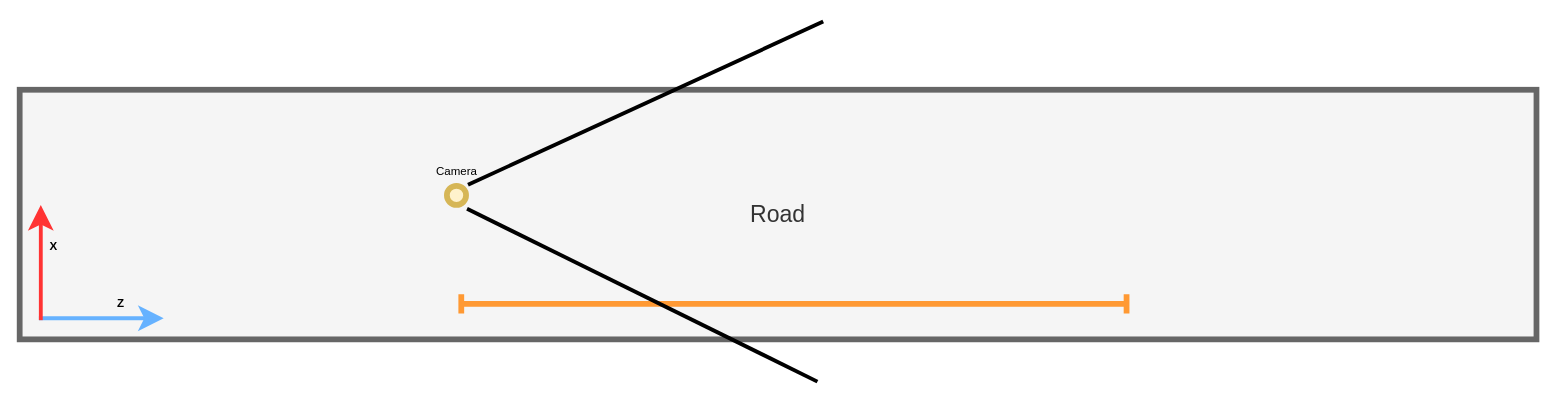
This is generation.drawio from JingchengYang4/DAIS, a draw.io file, before an edit. Source tidied: cells renumbered, new cells numbered last; positions are measured from the earlier drawing's top-left corner, leaving out a move shared by most shapes. Both pictures are drawn from the tidied source at 96%, with x=0, y=0 at pixel (19, -30).
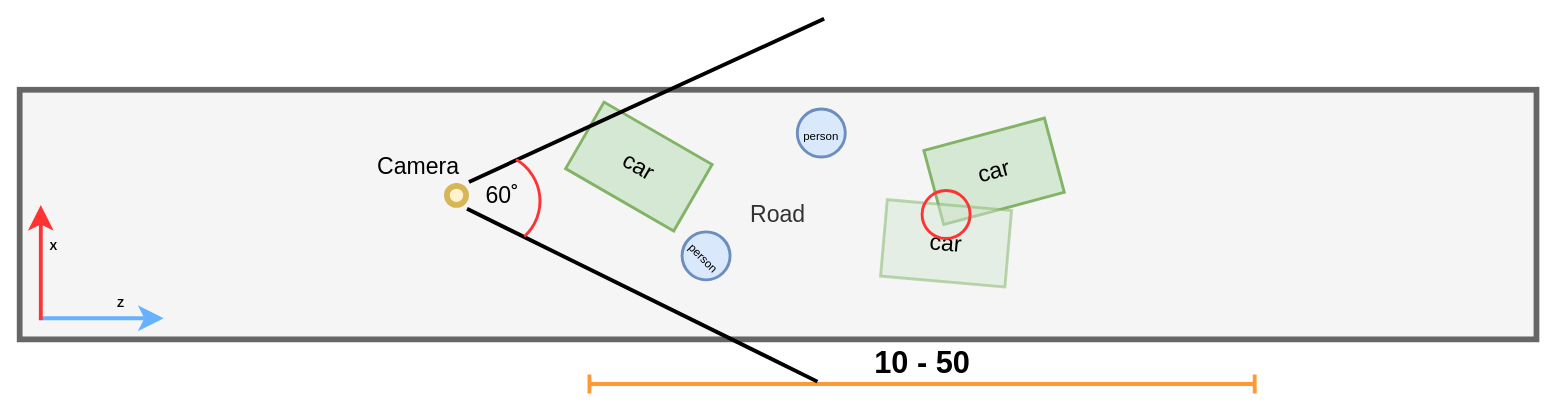
After the change.

Change to the diagram source:
```diff
@@
-    <mxCell id="7" style="shape=crossbar;whiteSpace=wrap;html=1;rounded=1;direction=south;strokeColor=#FF9933;strokeWidth=6;fontSize=12;fontColor=#000000;rotation=90;" parent="1" vertex="1">
-      <mxGeometry x="796.5" y="0.5" width="20" height="693" as="geometry" />
+    <mxCell id="7" style="shape=crossbar;whiteSpace=wrap;html=1;rounded=1;direction=south;strokeColor=#FF9933;strokeWidth=4;fontSize=12;fontColor=#000000;rotation=90;" parent="1" vertex="1">
+      <mxGeometry x="930" y="84" width="20" height="693" as="geometry" />
     </mxCell>
@@
-    <mxCell id="9" value="Camera" style="text;html=1;align=center;verticalAlign=middle;strokeColor=none;fillColor=none;fontSize=12;fontColor=#000000;" parent="1" vertex="1">
-      <mxGeometry x="420" y="194" width="70" height="30" as="geometry" />
+    <mxCell id="9" value="&lt;font style=&quot;font-size: 24px;&quot;&gt;Camera&lt;/font&gt;" style="text;html=1;align=center;verticalAlign=middle;strokeColor=none;fillColor=none;fontSize=12;fontColor=#000000;" parent="1" vertex="1">
+      <mxGeometry x="360" y="184" width="110" height="40" as="geometry" />
     </mxCell>
+    <mxCell id="11" style="endArrow=none;html=1;rounded=0;strokeColor=#000000;strokeWidth=4;fontSize=12;fontColor=#000000;startSize=4;endSize=14;targetPerimeterSpacing=4;elbow=vertical;jumpSize=6;fillColor=#f8cecc;" parent="1" edge="1">
+      <mxGeometry relative="1" as="geometry">
+        <mxPoint x="466" y="248" as="sourcePoint" />
+        <mxPoint x="831" y="428" as="targetPoint" />
+      </mxGeometry>
+    </mxCell>
+    <mxCell id="12" value="car" style="rounded=0;whiteSpace=wrap;html=1;strokeColor=#82b366;strokeWidth=3;fontSize=24;fillColor=#d5e8d4;rotation=-15;" parent="1" vertex="1">
+      <mxGeometry x="950" y="169" width="130" height="80" as="geometry" />
+    </mxCell>
+    <mxCell id="13" value="car" style="rounded=0;whiteSpace=wrap;html=1;strokeColor=#82b366;strokeWidth=3;fontSize=24;fillColor=#d5e8d4;rotation=30;" parent="1" vertex="1">
+      <mxGeometry x="580" y="164" width="130" height="80" as="geometry" />
+    </mxCell>
     <mxCell id="10" style="endArrow=none;html=1;rounded=0;strokeColor=#000000;strokeWidth=4;fontSize=12;fontColor=#000000;startSize=4;endSize=14;targetPerimeterSpacing=4;elbow=vertical;jumpSize=6;fillColor=#f8cecc;" parent="1" edge="1">
       <mxGeometry relative="1" as="geometry">
-        <mxPoint x="467" y="223" as="sourcePoint" />
-        <mxPoint x="837" y="53" as="targetPoint" />
+        <mxPoint x="468" y="220" as="sourcePoint" />
+        <mxPoint x="838" y="50" as="targetPoint" />
       </mxGeometry>
     </mxCell>
-    <mxCell id="11" style="endArrow=none;html=1;rounded=0;strokeColor=#000000;strokeWidth=4;fontSize=12;fontColor=#000000;startSize=4;endSize=14;targetPerimeterSpacing=4;elbow=vertical;jumpSize=6;fillColor=#f8cecc;" parent="1" edge="1">
-      <mxGeometry relative="1" as="geometry">
-        <mxPoint x="466" y="248" as="sourcePoint" />
-        <mxPoint x="831" y="428" as="targetPoint" />
-      </mxGeometry>
-    </mxCell>
+    <mxCell id="14" value="car" style="rounded=0;whiteSpace=wrap;html=1;strokeColor=#82b366;strokeWidth=3;fontSize=24;fillColor=#d5e8d4;rotation=5;opacity=50;" parent="1" vertex="1">
+      <mxGeometry x="900" y="244" width="130" height="80" as="geometry" />
+    </mxCell>
+    <mxCell id="15" style="ellipse;whiteSpace=wrap;html=1;rounded=1;strokeColor=#FF3333;strokeWidth=3;fontSize=12;fontColor=#000000;fillColor=none;" parent="1" vertex="1">
+      <mxGeometry x="940" y="229" width="50" height="50" as="geometry" />
+    </mxCell>
+    <mxCell id="16" value="&lt;font style=&quot;font-size: 32px;&quot;&gt;10 - 50&lt;/font&gt;" style="text;html=1;align=center;verticalAlign=middle;strokeColor=none;fillColor=none;fontSize=24;fontColor=#000000;fontStyle=1;" parent="1" vertex="1">
+      <mxGeometry x="880" y="384" width="120" height="50" as="geometry" />
+    </mxCell>
+    <mxCell id="17" value="&lt;span style=&quot;font-size: 12px;&quot;&gt;person&lt;/span&gt;" style="ellipse;whiteSpace=wrap;html=1;rounded=1;strokeColor=#6c8ebf;strokeWidth=3;fontSize=24;fillColor=#dae8fc;verticalAlign=middle;" parent="1" vertex="1">
+      <mxGeometry x="810" y="144" width="50" height="50" as="geometry" />
+    </mxCell>
+    <mxCell id="18" value="&lt;span style=&quot;font-size: 12px;&quot;&gt;person&lt;/span&gt;" style="ellipse;whiteSpace=wrap;html=1;rounded=1;strokeColor=#6c8ebf;strokeWidth=3;fontSize=24;fillColor=#dae8fc;verticalAlign=middle;rotation=45;" parent="1" vertex="1">
+      <mxGeometry x="690" y="272" width="50" height="50" as="geometry" />
+    </mxCell>
+    <mxCell id="19" style="verticalLabelPosition=bottom;verticalAlign=top;html=1;shape=mxgraph.basic.arc;startAngle=0.08352384117184013;endAngle=0.38209138374214374;rounded=1;strokeColor=#FF3333;strokeWidth=3;fontSize=12;fontColor=#000000;fillColor=none;" parent="1" vertex="1">
+      <mxGeometry x="442" y="190" width="100" height="100" as="geometry" />
+    </mxCell>
+    <mxCell id="20" value="&lt;font style=&quot;font-size: 24px;&quot;&gt;60˚&lt;/font&gt;" style="text;html=1;strokeColor=none;fillColor=none;align=center;verticalAlign=middle;whiteSpace=wrap;rounded=0;strokeWidth=3;fontSize=12;fontColor=#000000;" parent="1" vertex="1">
+      <mxGeometry x="473" y="219" width="60" height="30" as="geometry" />
+    </mxCell>
```
